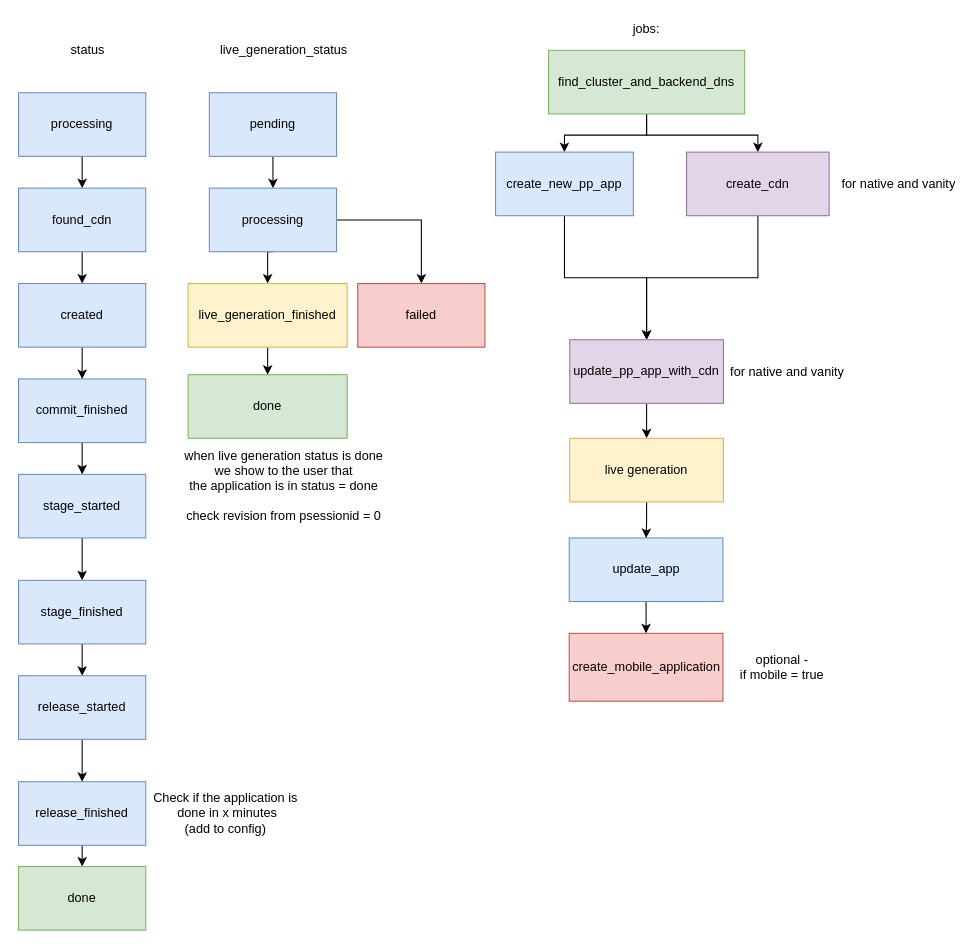
Above: page "live generation" (4 of 4) of Untitled Diagram.drawio in rotemhas/drawio (draw.io), before the change. Source tidied: cells renumbered, new cells numbered last; positions are measured from the earlier drawing's top-left corner, leaving out a move shared by most shapes. Both pictures are drawn from the tidied source at 106%, with x=0, y=0 at pixel (18, 18).
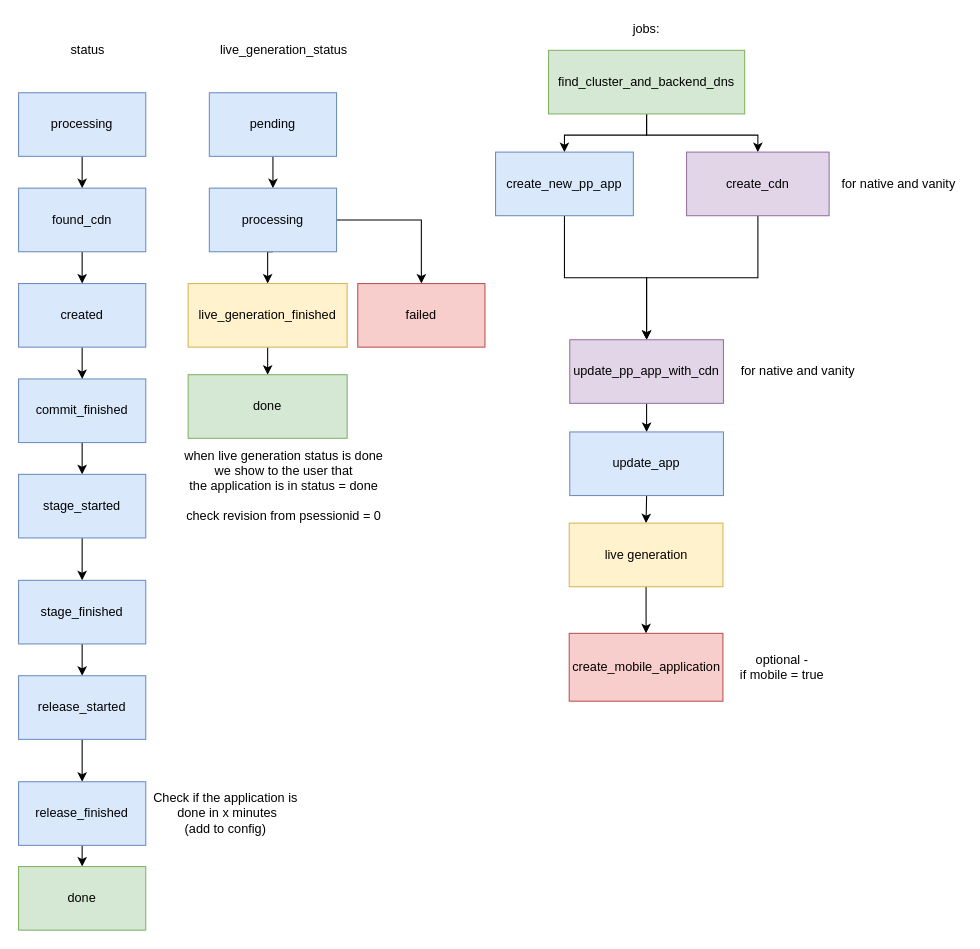
After the change.

Unchanged cells that the change refers to:
```xml
<mxCell id="10" value="update_pp_app_with_cdn" style="rounded=0;whiteSpace=wrap;html=1;fillColor=#e1d5e7;strokeColor=#9673a6;" parent="1" vertex="1">
  <mxGeometry x="520" y="303" width="145" height="60" as="geometry" />
</mxCell>
<mxCell id="13" value="create_mobile_application" style="rounded=0;whiteSpace=wrap;html=1;fillColor=#f8cecc;strokeColor=#b85450;" parent="1" vertex="1">
  <mxGeometry x="519.5" y="580" width="145" height="64" as="geometry" />
</mxCell>
```

The edit, as a diff of the source:
```diff
@@
-    <mxCell id="9" style="edgeStyle=orthogonalEdgeStyle;rounded=0;jettySize=auto;html=1;exitX=0.5;exitY=1;exitDx=0;exitDy=0;entryX=0.5;entryY=0;entryDx=0;entryDy=0;" parent="1" edge="1" source="10" target="49">
-      <mxGeometry relative="1" as="geometry" />
-    </mxCell>
+    <mxCell id="50" style="edgeStyle=orthogonalEdgeStyle;rounded=0;jettySize=auto;html=1;exitX=0.5;exitY=1;exitDx=0;exitDy=0;entryX=0.5;entryY=0;entryDx=0;entryDy=0;" parent="1" edge="1" source="10" target="12">
+      <mxGeometry relative="1" as="geometry" />
+    </mxCell>
@@
-    <mxCell id="11" style="edgeStyle=orthogonalEdgeStyle;rounded=0;jettySize=auto;html=1;exitX=0.5;exitY=1;exitDx=0;exitDy=0;entryX=0.5;entryY=0;entryDx=0;entryDy=0;" parent="1" edge="1" source="12" target="13">
-      <mxGeometry relative="1" as="geometry" />
-    </mxCell>
+    <mxCell id="51" style="edgeStyle=orthogonalEdgeStyle;rounded=0;jettySize=auto;html=1;exitX=0.5;exitY=1;exitDx=0;exitDy=0;entryX=0.5;entryY=0;entryDx=0;entryDy=0;" parent="1" edge="1" source="12" target="49">
+      <mxGeometry relative="1" as="geometry" />
+    </mxCell>
     <mxCell id="12" value="update_app" style="rounded=0;whiteSpace=wrap;html=1;fillColor=#dae8fc;strokeColor=#6c8ebf;" parent="1" vertex="1">
-      <mxGeometry x="519.5" y="490" width="145" height="60" as="geometry" />
+      <mxGeometry x="520" y="390" width="145" height="60" as="geometry" />
     </mxCell>
@@
     <mxCell id="15" value="for native and vanity" style="text;html=1;align=center;verticalAlign=middle;" parent="1" vertex="1">
-      <mxGeometry x="665" y="324" width="120" height="20" as="geometry" />
+      <mxGeometry x="674.8" y="323" width="120" height="20" as="geometry" />
     </mxCell>
@@
-    <mxCell id="48" style="edgeStyle=orthogonalEdgeStyle;rounded=0;jettySize=auto;html=1;exitX=0.5;exitY=1;exitDx=0;exitDy=0;" parent="1" edge="1" source="49" target="12">
-      <mxGeometry relative="1" as="geometry" />
-    </mxCell>
+    <mxCell id="52" style="edgeStyle=orthogonalEdgeStyle;rounded=0;jettySize=auto;html=1;exitX=0.5;exitY=1;exitDx=0;exitDy=0;entryX=0.5;entryY=0;entryDx=0;entryDy=0;" parent="1" edge="1" source="49" target="13">
+      <mxGeometry relative="1" as="geometry" />
+    </mxCell>
     <mxCell id="49" value="live generation" style="rounded=0;whiteSpace=wrap;html=1;fillColor=#fff2cc;strokeColor=#d6b656;" parent="1" vertex="1">
-      <mxGeometry x="520" y="396" width="145" height="60" as="geometry" />
+      <mxGeometry x="519.5" y="476" width="145" height="60" as="geometry" />
     </mxCell>
```
